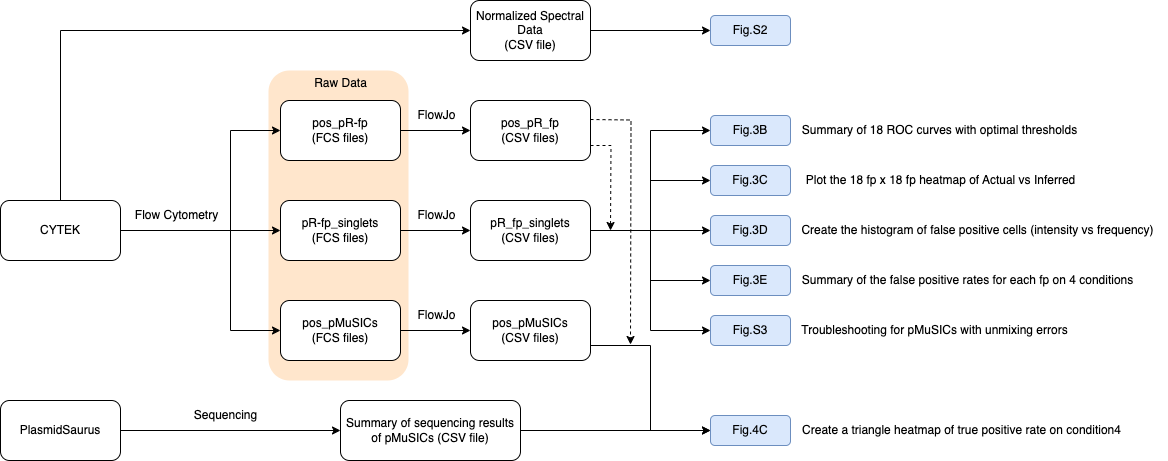
Above: structure_tree.png in birtwistlelab/MuSIC-Fluorescent-Protein-Barcodes--Spectral_Unmixing (draw.io), before the change. Source tidied: cells renumbered, new cells last; positions are measured from the earlier drawing's top-left corner, leaving out a move shared by most shapes.
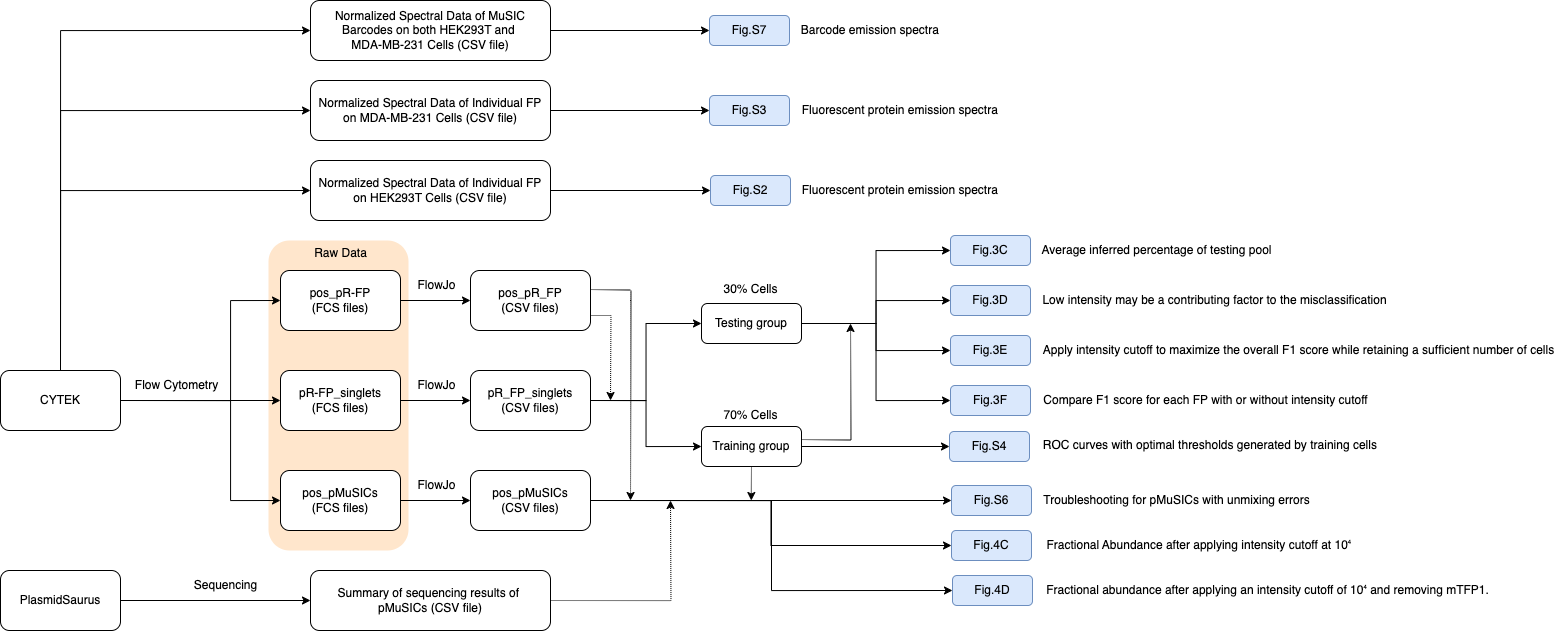
Later version of the same file.

The edit, as a diff of the source:
```diff
@@ -10,3 +10,3 @@
     </mxCell>
-    <mxCell id="4" value="pos_pR-fp&lt;div&gt;&lt;span style=&quot;background-color: initial;&quot;&gt;(FCS files)&lt;/span&gt;&lt;/div&gt;" style="rounded=1;whiteSpace=wrap;html=1;" parent="1" vertex="1">
+    <mxCell id="4" value="pos_pR-FP&lt;div&gt;&lt;span style=&quot;background-color: initial;&quot;&gt;(FCS files)&lt;/span&gt;&lt;/div&gt;" style="rounded=1;whiteSpace=wrap;html=1;" parent="1" vertex="1">
       <mxGeometry x="280" y="100" width="120" height="60" as="geometry" />
@@ -22,24 +22,21 @@
     </mxCell>
-    <mxCell id="8" value="pR-fp_singlets&lt;div&gt;(&lt;span style=&quot;background-color: initial;&quot;&gt;FCS files)&lt;/span&gt;&lt;/div&gt;" style="rounded=1;whiteSpace=wrap;html=1;" parent="1" vertex="1">
+    <mxCell id="8" value="pR-FP_singlets&lt;div&gt;(&lt;span style=&quot;background-color: initial;&quot;&gt;FCS files)&lt;/span&gt;&lt;/div&gt;" style="rounded=1;whiteSpace=wrap;html=1;" parent="1" vertex="1">
       <mxGeometry x="280" y="200" width="120" height="60" as="geometry" />
     </mxCell>
-    <mxCell id="9" style="edgeStyle=orthogonalEdgeStyle;rounded=0;jettySize=auto;html=1;exitX=1;exitY=0.5;exitDx=0;exitDy=0;entryX=0;entryY=0.5;entryDx=0;entryDy=0;" parent="1" edge="1" source="14" target="23">
-      <mxGeometry relative="1" as="geometry" />
-    </mxCell>
-    <mxCell id="10" style="edgeStyle=orthogonalEdgeStyle;rounded=0;jettySize=auto;html=1;exitX=1;exitY=0.5;exitDx=0;exitDy=0;entryX=0;entryY=0.5;entryDx=0;entryDy=0;" parent="1" edge="1" source="14" target="24">
-      <mxGeometry relative="1" as="geometry" />
-    </mxCell>
-    <mxCell id="11" style="edgeStyle=orthogonalEdgeStyle;rounded=0;jettySize=auto;html=1;exitX=1;exitY=0.5;exitDx=0;exitDy=0;entryX=0;entryY=0.5;entryDx=0;entryDy=0;" parent="1" edge="1" source="14" target="25">
-      <mxGeometry relative="1" as="geometry" />
-    </mxCell>
-    <mxCell id="12" style="edgeStyle=orthogonalEdgeStyle;rounded=0;jettySize=auto;html=1;exitX=1;exitY=0.5;exitDx=0;exitDy=0;entryX=0;entryY=0.5;entryDx=0;entryDy=0;" parent="1" edge="1" source="14" target="26">
-      <mxGeometry relative="1" as="geometry" />
-    </mxCell>
-    <mxCell id="13" style="edgeStyle=orthogonalEdgeStyle;rounded=0;jettySize=auto;html=1;exitX=1;exitY=0.5;exitDx=0;exitDy=0;entryX=0;entryY=0.5;entryDx=0;entryDy=0;" parent="1" edge="1" source="14" target="39">
-      <mxGeometry relative="1" as="geometry" />
-    </mxCell>
+    <mxCell id="50" style="edgeStyle=orthogonalEdgeStyle;rounded=0;jettySize=auto;html=1;exitX=1;exitY=0.5;exitDx=0;exitDy=0;entryX=0;entryY=0.5;entryDx=0;entryDy=0;" parent="1" edge="1" source="14" target="81">
+      <mxGeometry relative="1" as="geometry" />
+    </mxCell>
+    <mxCell id="51" style="edgeStyle=orthogonalEdgeStyle;rounded=0;jettySize=auto;html=1;exitX=1;exitY=0.5;exitDx=0;exitDy=0;entryX=0;entryY=0.5;entryDx=0;entryDy=0;" parent="1" edge="1" source="14" target="76">
+      <mxGeometry relative="1" as="geometry" />
+    </mxCell>
-    <mxCell id="14" value="pR_fp_singlets&lt;div&gt;(CSV files)&lt;br&gt;&lt;/div&gt;" style="rounded=1;whiteSpace=wrap;html=1;" parent="1" vertex="1">
+    <mxCell id="14" value="pR_FP_singlets&lt;div&gt;(CSV files)&lt;br&gt;&lt;/div&gt;" style="rounded=1;whiteSpace=wrap;html=1;" parent="1" vertex="1">
       <mxGeometry x="470" y="200" width="120" height="60" as="geometry" />
     </mxCell>
+    <mxCell id="52" style="edgeStyle=orthogonalEdgeStyle;rounded=0;jettySize=auto;html=1;exitX=1;exitY=0.5;exitDx=0;exitDy=0;" parent="1" edge="1" source="16" target="39">
+      <mxGeometry relative="1" as="geometry" />
+    </mxCell>
+    <mxCell id="53" style="edgeStyle=orthogonalEdgeStyle;rounded=0;jettySize=auto;html=1;exitX=1;exitY=0.5;exitDx=0;exitDy=0;" parent="1" edge="1" source="16" target="68">
+      <mxGeometry relative="1" as="geometry" />
+    </mxCell>
-    <mxCell id="15" style="edgeStyle=orthogonalEdgeStyle;rounded=0;jettySize=auto;html=1;exitX=1;exitY=0.75;exitDx=0;exitDy=0;entryX=0;entryY=0.5;entryDx=0;entryDy=0;" parent="1" edge="1" source="16" target="40">
+    <mxCell id="15" style="edgeStyle=orthogonalEdgeStyle;rounded=0;jettySize=auto;html=1;exitX=1;exitY=0.5;exitDx=0;exitDy=0;entryX=0;entryY=0.5;entryDx=0;entryDy=0;" parent="1" edge="1" source="16" target="40">
       <mxGeometry relative="1" as="geometry" />
@@ -49,3 +46,3 @@
     </mxCell>
-    <mxCell id="17" style="edgeStyle=orthogonalEdgeStyle;rounded=0;jettySize=auto;html=1;exitX=1;exitY=0.75;exitDx=0;exitDy=0;dashed=1;" parent="1" edge="1" source="19">
+    <mxCell id="17" style="edgeStyle=orthogonalEdgeStyle;rounded=0;jettySize=auto;html=1;exitX=1;exitY=0.75;exitDx=0;exitDy=0;dashed=1;dashPattern=1 1;" parent="1" edge="1" source="19">
       <mxGeometry relative="1" as="geometry">
@@ -54,9 +51,9 @@
     </mxCell>
-    <mxCell id="18" style="edgeStyle=orthogonalEdgeStyle;rounded=0;orthogonalLoop=1;jettySize=auto;html=1;exitX=1;exitY=0.25;exitDx=0;exitDy=0;dashed=1;" parent="1" edge="1">
+    <mxCell id="18" style="edgeStyle=orthogonalEdgeStyle;rounded=0;orthogonalLoop=1;jettySize=auto;html=1;exitX=1;exitY=0.25;exitDx=0;exitDy=0;dashed=1;dashPattern=1 1;" parent="1" edge="1">
       <mxGeometry relative="1" as="geometry">
         <mxPoint x="590" y="119" as="sourcePoint" />
-        <mxPoint x="630" y="344" as="targetPoint" />
+        <mxPoint x="630" y="330" as="targetPoint" />
       </mxGeometry>
     </mxCell>
-    <mxCell id="19" value="pos_pR_fp&lt;div&gt;(CSV files)&lt;/div&gt;" style="rounded=1;whiteSpace=wrap;html=1;" parent="1" vertex="1">
+    <mxCell id="19" value="pos_pR_FP&lt;div&gt;(CSV files)&lt;/div&gt;" style="rounded=1;whiteSpace=wrap;html=1;" parent="1" vertex="1">
       <mxGeometry x="470" y="100" width="120" height="60" as="geometry" />
@@ -72,13 +69,13 @@
     </mxCell>
-    <mxCell id="23" value="Fig.3B" style="rounded=1;whiteSpace=wrap;html=1;fillColor=#dae8fc;strokeColor=#6c8ebf;" parent="1" vertex="1">
-      <mxGeometry x="710" y="115" width="80" height="30" as="geometry" />
+    <mxCell id="23" value="Fig.3C" style="rounded=1;whiteSpace=wrap;html=1;fillColor=#dae8fc;strokeColor=#6c8ebf;" parent="1" vertex="1">
+      <mxGeometry x="950" y="65" width="80" height="30" as="geometry" />
     </mxCell>
-    <mxCell id="24" value="Fig.3C" style="rounded=1;whiteSpace=wrap;html=1;fillColor=#dae8fc;strokeColor=#6c8ebf;" parent="1" vertex="1">
-      <mxGeometry x="710" y="165" width="80" height="30" as="geometry" />
+    <mxCell id="24" value="Fig.3D" style="rounded=1;whiteSpace=wrap;html=1;fillColor=#dae8fc;strokeColor=#6c8ebf;" parent="1" vertex="1">
+      <mxGeometry x="950" y="115" width="80" height="30" as="geometry" />
     </mxCell>
-    <mxCell id="25" value="Fig.3D" style="rounded=1;whiteSpace=wrap;html=1;fillColor=#dae8fc;strokeColor=#6c8ebf;" parent="1" vertex="1">
-      <mxGeometry x="710" y="215" width="80" height="30" as="geometry" />
+    <mxCell id="25" value="Fig.3E" style="rounded=1;whiteSpace=wrap;html=1;fillColor=#dae8fc;strokeColor=#6c8ebf;" parent="1" vertex="1">
+      <mxGeometry x="950" y="165" width="80" height="30" as="geometry" />
     </mxCell>
-    <mxCell id="26" value="Fig.3E" style="rounded=1;whiteSpace=wrap;html=1;fillColor=#dae8fc;strokeColor=#6c8ebf;" parent="1" vertex="1">
-      <mxGeometry x="710" y="265" width="80" height="30" as="geometry" />
+    <mxCell id="26" value="Fig.3F" style="rounded=1;whiteSpace=wrap;html=1;fillColor=#dae8fc;strokeColor=#6c8ebf;" parent="1" vertex="1">
+      <mxGeometry x="950" y="215" width="80" height="30" as="geometry" />
     </mxCell>
@@ -87,4 +84,4 @@
     </mxCell>
-    <mxCell id="28" value="Normalized Spectral Data&lt;div&gt;(CSV file)&lt;/div&gt;" style="rounded=1;whiteSpace=wrap;html=1;" parent="1" vertex="1">
-      <mxGeometry x="470" width="120" height="60" as="geometry" />
+    <mxCell id="28" value="Normalized Spectral Data of Individual FP on HEK293T&amp;nbsp;&lt;span style=&quot;background-color: initial;&quot;&gt;Cells (CSV file)&lt;/span&gt;" style="rounded=1;whiteSpace=wrap;html=1;" parent="1" vertex="1">
+      <mxGeometry x="310" y="-10" width="240" height="60" as="geometry" />
     </mxCell>
@@ -112,2 +109,8 @@
     </mxCell>
+    <mxCell id="54" style="edgeStyle=orthogonalEdgeStyle;rounded=0;jettySize=auto;html=1;exitX=0.5;exitY=0;exitDx=0;exitDy=0;entryX=0;entryY=0.5;entryDx=0;entryDy=0;" parent="1" edge="1" source="33" target="59">
+      <mxGeometry relative="1" as="geometry" />
+    </mxCell>
+    <mxCell id="55" style="edgeStyle=orthogonalEdgeStyle;rounded=0;jettySize=auto;html=1;exitX=0.5;exitY=0;exitDx=0;exitDy=0;entryX=0;entryY=0.5;entryDx=0;entryDy=0;" parent="1" edge="1" source="33" target="62">
+      <mxGeometry relative="1" as="geometry" />
+    </mxCell>
     <mxCell id="33" value="CYTEK" style="rounded=1;whiteSpace=wrap;html=1;" parent="1" vertex="1">
@@ -116,3 +119,3 @@
     <mxCell id="34" value="Fig.S2" style="rounded=1;whiteSpace=wrap;html=1;fillColor=#dae8fc;strokeColor=#6c8ebf;" parent="1" vertex="1">
-      <mxGeometry x="710" y="15" width="80" height="30" as="geometry" />
+      <mxGeometry x="710" y="5" width="80" height="30" as="geometry" />
     </mxCell>
@@ -124,32 +127,25 @@
     </mxCell>
-    <mxCell id="37" style="edgeStyle=orthogonalEdgeStyle;rounded=0;jettySize=auto;html=1;exitX=1;exitY=0.5;exitDx=0;exitDy=0;entryX=0;entryY=0.5;entryDx=0;entryDy=0;" parent="1" edge="1" source="38" target="40">
-      <mxGeometry relative="1" as="geometry" />
-    </mxCell>
+    <mxCell id="56" style="edgeStyle=orthogonalEdgeStyle;rounded=0;jettySize=auto;html=1;exitX=1;exitY=0.5;exitDx=0;exitDy=0;dashed=1;dashPattern=1 1;" parent="1" edge="1" source="38">
+      <mxGeometry relative="1" as="geometry">
+        <mxPoint x="670" y="330" as="targetPoint" />
+      </mxGeometry>
+    </mxCell>
-    <mxCell id="38" value="Summary of sequencing results of pMuSICs (CSV file)" style="rounded=1;whiteSpace=wrap;html=1;" parent="1" vertex="1">
-      <mxGeometry x="340" y="400" width="180" height="60" as="geometry" />
+    <mxCell id="38" value="Summary of sequencing results of&amp;nbsp;&lt;div&gt;pMuSICs (CSV file)&lt;/div&gt;" style="rounded=1;whiteSpace=wrap;html=1;" parent="1" vertex="1">
+      <mxGeometry x="310" y="400" width="240" height="60" as="geometry" />
     </mxCell>
-    <mxCell id="39" value="Fig.S3" style="rounded=1;whiteSpace=wrap;html=1;fillColor=#dae8fc;strokeColor=#6c8ebf;" parent="1" vertex="1">
-      <mxGeometry x="710" y="315" width="80" height="30" as="geometry" />
+    <mxCell id="39" value="Fig.S6" style="rounded=1;whiteSpace=wrap;html=1;fillColor=#dae8fc;strokeColor=#6c8ebf;" parent="1" vertex="1">
+      <mxGeometry x="951" y="315" width="80" height="30" as="geometry" />
     </mxCell>
-    <mxCell id="40" value="Fig.4C" style="rounded=1;whiteSpace=wrap;html=1;fillColor=#dae8fc;strokeColor=#6c8ebf;" parent="1" vertex="1">
-      <mxGeometry x="710" y="415" width="80" height="30" as="geometry" />
+    <mxCell id="40" value="Fig.4D" style="rounded=1;whiteSpace=wrap;html=1;fillColor=#dae8fc;strokeColor=#6c8ebf;" parent="1" vertex="1">
+      <mxGeometry x="952" y="405" width="80" height="30" as="geometry" />
     </mxCell>
-    <mxCell id="41" value="Summary of 18 ROC curves with optimal thresholds" style="text;html=1;align=center;verticalAlign=middle;strokeColor=none;fillColor=none;" parent="1" vertex="1">
-      <mxGeometry x="789" y="115" width="300" height="30" as="geometry" />
-    </mxCell>
-    <mxCell id="42" value="Plot the 18 fp x 18 fp heatmap of Actual vs Inferred" style="text;html=1;align=center;verticalAlign=middle;strokeColor=none;fillColor=none;" parent="1" vertex="1">
-      <mxGeometry x="795" y="165" width="290" height="30" as="geometry" />
-    </mxCell>
-    <mxCell id="43" value="Create the histogram of false positive cells (intensity vs frequency)" style="text;html=1;align=center;verticalAlign=middle;strokeColor=none;fillColor=none;" parent="1" vertex="1">
-      <mxGeometry x="787" y="215" width="380" height="30" as="geometry" />
+    <mxCell id="43" value="Apply intensity cutoff to maximize the overall F1 score while retaining a sufficient number of cells" style="text;html=1;align=center;verticalAlign=middle;strokeColor=none;fillColor=none;" parent="1" vertex="1">
+      <mxGeometry x="1033" y="165" width="530" height="30" as="geometry" />
     </mxCell>
-    <mxCell id="44" value="Summary of the false positive rates for each fp on 4 conditions" style="text;html=1;align=center;verticalAlign=middle;strokeColor=none;fillColor=none;" parent="1" vertex="1">
-      <mxGeometry x="787" y="265" width="360" height="30" as="geometry" />
+    <mxCell id="44" value="Compare F1 score for each FP with or without intensity cutoff" style="text;html=1;align=center;verticalAlign=middle;strokeColor=none;fillColor=none;" parent="1" vertex="1">
+      <mxGeometry x="1030" y="215" width="350" height="30" as="geometry" />
     </mxCell>
     <mxCell id="45" value="Troubleshooting for pMuSICs with unmixing errors" style="text;html=1;align=center;verticalAlign=middle;strokeColor=none;fillColor=none;" parent="1" vertex="1">
-      <mxGeometry x="789" y="315" width="290" height="30" as="geometry" />
+      <mxGeometry x="1031" y="315" width="290" height="30" as="geometry" />
     </mxCell>
-    <mxCell id="46" value="Create a triangle heatmap of true positive rate on condition4" style="text;html=1;align=center;verticalAlign=middle;strokeColor=none;fillColor=none;" parent="1" vertex="1">
-      <mxGeometry x="791" y="415" width="340" height="30" as="geometry" />
-    </mxCell>
     <mxCell id="47" value="Raw Data" style="text;html=1;align=center;verticalAlign=middle;strokeColor=none;fillColor=none;" parent="1" vertex="1">
@@ -163,2 +159,88 @@
     </mxCell>
+    <mxCell id="57" value="Fluorescent protein emission spectra&amp;nbsp;" style="text;html=1;align=center;verticalAlign=middle;strokeColor=none;fillColor=none;" parent="1" vertex="1">
+      <mxGeometry x="791" y="5" width="220" height="30" as="geometry" />
+    </mxCell>
+    <mxCell id="58" style="edgeStyle=orthogonalEdgeStyle;rounded=0;jettySize=auto;html=1;exitX=1;exitY=0.5;exitDx=0;exitDy=0;entryX=0;entryY=0.5;entryDx=0;entryDy=0;" parent="1" edge="1" source="59" target="60">
+      <mxGeometry relative="1" as="geometry" />
+    </mxCell>
+    <mxCell id="59" value="Normalized Spectral Data of Individual FP on MDA-MB-231 Cells&amp;nbsp;&lt;span style=&quot;background-color: initial;&quot;&gt;(CSV file)&lt;/span&gt;" style="rounded=1;whiteSpace=wrap;html=1;" parent="1" vertex="1">
+      <mxGeometry x="310" y="-90" width="240" height="60" as="geometry" />
+    </mxCell>
+    <mxCell id="60" value="Fig.S3" style="rounded=1;whiteSpace=wrap;html=1;fillColor=#dae8fc;strokeColor=#6c8ebf;" parent="1" vertex="1">
+      <mxGeometry x="709" y="-75" width="80" height="30" as="geometry" />
+    </mxCell>
+    <mxCell id="61" style="edgeStyle=orthogonalEdgeStyle;rounded=0;jettySize=auto;html=1;exitX=1;exitY=0.5;exitDx=0;exitDy=0;entryX=0;entryY=0.5;entryDx=0;entryDy=0;" parent="1" edge="1" source="62" target="63">
+      <mxGeometry relative="1" as="geometry" />
+    </mxCell>
+    <mxCell id="62" value="Normalized Spectral Data of MuSIC Barcodes on both HEK293T and&amp;nbsp;&lt;div&gt;MDA-MB-231 Cells&amp;nbsp;&lt;span style=&quot;background-color: initial;&quot;&gt;(CSV file)&lt;/span&gt;&lt;/div&gt;" style="rounded=1;whiteSpace=wrap;html=1;" parent="1" vertex="1">
+      <mxGeometry x="310" y="-170" width="240" height="60" as="geometry" />
+    </mxCell>
+    <mxCell id="63" value="Fig.S7" style="rounded=1;whiteSpace=wrap;html=1;fillColor=#dae8fc;strokeColor=#6c8ebf;" parent="1" vertex="1">
+      <mxGeometry x="709" y="-155" width="80" height="30" as="geometry" />
+    </mxCell>
+    <mxCell id="64" value="Fluorescent protein emission spectra&amp;nbsp;" style="text;html=1;align=center;verticalAlign=middle;strokeColor=none;fillColor=none;" parent="1" vertex="1">
+      <mxGeometry x="791" y="-75" width="220" height="30" as="geometry" />
+    </mxCell>
+    <mxCell id="65" value="Barcode emission spectra&amp;nbsp;" style="text;html=1;align=center;verticalAlign=middle;strokeColor=none;fillColor=none;" parent="1" vertex="1">
+      <mxGeometry x="791" y="-155" width="160" height="30" as="geometry" />
+    </mxCell>
+    <mxCell id="66" value="Average inferred percentage of testing pool" style="text;html=1;align=center;verticalAlign=middle;strokeColor=none;fillColor=none;" parent="1" vertex="1">
+      <mxGeometry x="1031" y="65" width="250" height="30" as="geometry" />
+    </mxCell>
+    <mxCell id="67" value="Low intensity may be a contributing factor to the misclassification" style="text;html=1;align=center;verticalAlign=middle;strokeColor=none;fillColor=none;" parent="1" vertex="1">
+      <mxGeometry x="1029" y="115" width="370" height="30" as="geometry" />
+    </mxCell>
+    <mxCell id="68" value="Fig.4C" style="rounded=1;whiteSpace=wrap;html=1;fillColor=#dae8fc;strokeColor=#6c8ebf;" parent="1" vertex="1">
+      <mxGeometry x="951" y="360" width="80" height="30" as="geometry" />
+    </mxCell>
+    <mxCell id="69" value="Fractional Abundance after applying intensity cutoff at 10⁴&amp;nbsp;" style="text;html=1;align=center;verticalAlign=middle;strokeColor=none;fillColor=none;" parent="1" vertex="1">
+      <mxGeometry x="1035" y="360" width="330" height="30" as="geometry" />
+    </mxCell>
+    <mxCell id="70" value="Fractional abundance after applying an intensity cutoff of 10⁴ and removing mTFP1." style="text;html=1;align=center;verticalAlign=middle;strokeColor=none;fillColor=none;" parent="1" vertex="1">
+      <mxGeometry x="1032" y="405" width="470" height="30" as="geometry" />
+    </mxCell>
+    <mxCell id="71" value="Fig.S4" style="rounded=1;whiteSpace=wrap;html=1;fillColor=#dae8fc;strokeColor=#6c8ebf;" parent="1" vertex="1">
+      <mxGeometry x="949" y="261" width="80" height="30" as="geometry" />
+    </mxCell>
+    <mxCell id="72" value="ROC curves with optimal thresholds generated by training cells&amp;nbsp;" style="text;html=1;align=center;verticalAlign=middle;strokeColor=none;fillColor=none;" parent="1" vertex="1">
+      <mxGeometry x="1031" y="260" width="360" height="30" as="geometry" />
+    </mxCell>
+    <mxCell id="73" style="edgeStyle=orthogonalEdgeStyle;rounded=0;jettySize=auto;html=1;exitX=1;exitY=0.5;exitDx=0;exitDy=0;entryX=0;entryY=0.5;entryDx=0;entryDy=0;" parent="1" edge="1" source="76" target="71">
+      <mxGeometry relative="1" as="geometry" />
+    </mxCell>
+    <mxCell id="74" style="edgeStyle=orthogonalEdgeStyle;rounded=0;orthogonalLoop=1;jettySize=auto;html=1;exitX=1;exitY=0.25;exitDx=0;exitDy=0;dashed=1;dashPattern=1 1;" parent="1" edge="1">
+      <mxGeometry relative="1" as="geometry">
+        <mxPoint x="801" y="269" as="sourcePoint" />
+        <mxPoint x="850" y="153" as="targetPoint" />
+      </mxGeometry>
+    </mxCell>
+    <mxCell id="75" style="edgeStyle=orthogonalEdgeStyle;rounded=0;jettySize=auto;html=1;exitX=0.5;exitY=1;exitDx=0;exitDy=0;dashed=1;dashPattern=1 1;" parent="1" edge="1" source="76">
+      <mxGeometry relative="1" as="geometry">
+        <mxPoint x="750.8" y="330" as="targetPoint" />
+      </mxGeometry>
+    </mxCell>
+    <mxCell id="76" value="&lt;div&gt;Training group&lt;/div&gt;" style="rounded=1;whiteSpace=wrap;html=1;" parent="1" vertex="1">
+      <mxGeometry x="701" y="256" width="100" height="40" as="geometry" />
+    </mxCell>
+    <mxCell id="77" style="edgeStyle=orthogonalEdgeStyle;rounded=0;jettySize=auto;html=1;exitX=1;exitY=0.5;exitDx=0;exitDy=0;entryX=0;entryY=0.5;entryDx=0;entryDy=0;" parent="1" edge="1" source="81" target="23">
+      <mxGeometry relative="1" as="geometry" />
+    </mxCell>
+    <mxCell id="78" style="edgeStyle=orthogonalEdgeStyle;rounded=0;jettySize=auto;html=1;exitX=1;exitY=0.5;exitDx=0;exitDy=0;entryX=0;entryY=0.5;entryDx=0;entryDy=0;" parent="1" edge="1" source="81" target="24">
+      <mxGeometry relative="1" as="geometry" />
+    </mxCell>
+    <mxCell id="79" style="edgeStyle=orthogonalEdgeStyle;rounded=0;jettySize=auto;html=1;exitX=1;exitY=0.5;exitDx=0;exitDy=0;entryX=0;entryY=0.5;entryDx=0;entryDy=0;" parent="1" edge="1" source="81" target="25">
+      <mxGeometry relative="1" as="geometry" />
+    </mxCell>
+    <mxCell id="80" style="edgeStyle=orthogonalEdgeStyle;rounded=0;jettySize=auto;html=1;exitX=1;exitY=0.5;exitDx=0;exitDy=0;entryX=0;entryY=0.5;entryDx=0;entryDy=0;" parent="1" edge="1" source="81" target="26">
+      <mxGeometry relative="1" as="geometry" />
+    </mxCell>
+    <mxCell id="81" value="&lt;div&gt;Testing group&lt;/div&gt;" style="rounded=1;whiteSpace=wrap;html=1;" parent="1" vertex="1">
+      <mxGeometry x="701" y="133" width="100" height="40" as="geometry" />
+    </mxCell>
+    <mxCell id="82" value="30% Cells" style="text;html=1;align=center;verticalAlign=middle;strokeColor=none;fillColor=none;" parent="1" vertex="1">
+      <mxGeometry x="710" y="104" width="80" height="30" as="geometry" />
+    </mxCell>
+    <mxCell id="83" value="70% Cells" style="text;html=1;align=center;verticalAlign=middle;strokeColor=none;fillColor=none;" parent="1" vertex="1">
+      <mxGeometry x="710" y="230" width="80" height="30" as="geometry" />
+    </mxCell>
   </root>
```
